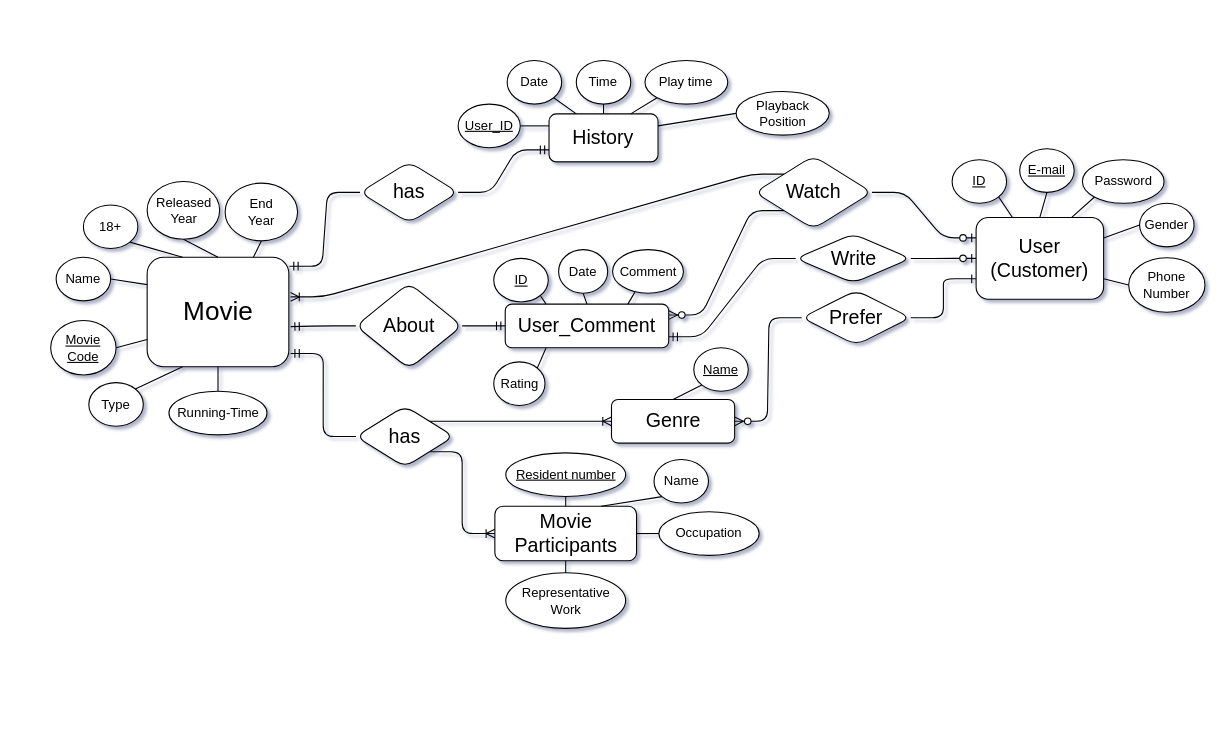
The draw.io diagram Assignment1_ER_Modeling/Movie.drawio in hjpark83/DBMS, before the edit. Source tidied: cells renumbered, new cells numbered last; positions are measured from the earlier drawing's top-left corner, leaving out a move shared by most shapes. Both pictures are drawn from the tidied source at 109%, with x=0, y=0 at pixel (50, 60).
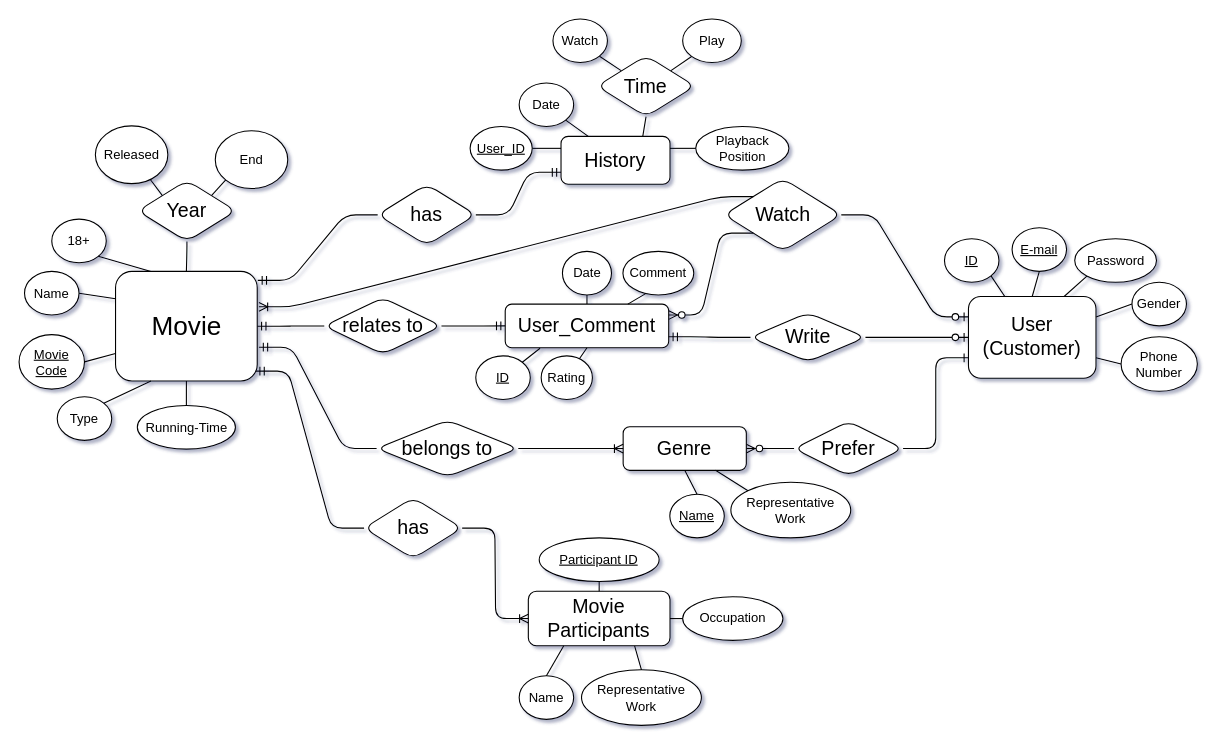
The same page after the edit.

Unchanged cells that the change refers to:
```xml
<mxCell id="21" value="&lt;font style=&quot;font-size: 18px;&quot;&gt;User_Comment&lt;/font&gt;" style="whiteSpace=wrap;html=1;align=center;rounded=1;" parent="1" vertex="1">
  <mxGeometry x="417" y="223.5" width="150" height="40" as="geometry" />
</mxCell>
```

The edit, as a diff of the source:
```diff
@@
     <mxCell id="2" value="Type" style="ellipse;whiteSpace=wrap;html=1;align=center;rounded=1;" parent="1" vertex="1">
-      <mxGeometry x="35" y="295.5" width="50" height="40" as="geometry" />
+      <mxGeometry x="6" y="308.5" width="50" height="40" as="geometry" />
     </mxCell>
     <mxCell id="3" value="&lt;span style=&quot;font-size: 18px;&quot;&gt;User&lt;br&gt;(Customer)&lt;/span&gt;" style="whiteSpace=wrap;html=1;align=center;rounded=1;" parent="1" vertex="1">
-      <mxGeometry x="849" y="144" width="117" height="75" as="geometry" />
+      <mxGeometry x="842" y="216.5" width="117" height="75" as="geometry" />
     </mxCell>
     <mxCell id="4" value="&lt;font style=&quot;font-size: 18px;&quot;&gt;Movie Participants&lt;/font&gt;" style="whiteSpace=wrap;html=1;align=center;rounded=1;" parent="1" vertex="1">
-      <mxGeometry x="407.5" y="409" width="130" height="50" as="geometry" />
+      <mxGeometry x="438.2" y="487" width="130" height="50" as="geometry" />
     </mxCell>
     <mxCell id="5" value="&lt;u&gt;ID&lt;/u&gt;" style="ellipse;whiteSpace=wrap;html=1;align=center;rounded=1;" parent="1" vertex="1">
-      <mxGeometry x="827" y="91" width="50" height="40" as="geometry" />
+      <mxGeometry x="820" y="163.5" width="50" height="40" as="geometry" />
     </mxCell>
@@
     <mxCell id="7" value="&lt;u&gt;E-mail&lt;/u&gt;" style="ellipse;whiteSpace=wrap;html=1;align=center;rounded=1;" parent="1" vertex="1">
-      <mxGeometry x="889" y="81" width="50" height="40" as="geometry" />
+      <mxGeometry x="882" y="153.5" width="50" height="40" as="geometry" />
     </mxCell>
@@
     <mxCell id="9" value="Password" style="ellipse;whiteSpace=wrap;html=1;align=center;rounded=1;" parent="1" vertex="1">
-      <mxGeometry x="946.5" y="91" width="75" height="40" as="geometry" />
+      <mxGeometry x="939.5" y="163.5" width="75" height="40" as="geometry" />
     </mxCell>
@@
     <mxCell id="11" value="Gender" style="ellipse;whiteSpace=wrap;html=1;align=center;rounded=1;" parent="1" vertex="1">
-      <mxGeometry x="999" y="131" width="50" height="40" as="geometry" />
+      <mxGeometry x="992" y="203.5" width="50" height="40" as="geometry" />
     </mxCell>
@@
     <mxCell id="13" value="Phone Number" style="ellipse;whiteSpace=wrap;html=1;align=center;rounded=1;" parent="1" vertex="1">
-      <mxGeometry x="989" y="181" width="70" height="50" as="geometry" />
+      <mxGeometry x="982" y="253.5" width="70" height="50" as="geometry" />
     </mxCell>
@@
     <mxCell id="15" value="Name" style="ellipse;whiteSpace=wrap;html=1;align=center;rounded=1;" parent="1" vertex="1">
-      <mxGeometry x="5" y="180.5" width="50" height="40" as="geometry" />
+      <mxGeometry x="-24" y="193.5" width="50" height="40" as="geometry" />
     </mxCell>
     <mxCell id="16" value="Running-Time" style="ellipse;whiteSpace=wrap;html=1;align=center;rounded=1;" parent="1" vertex="1">
-      <mxGeometry x="108.5" y="303.5" width="90" height="40" as="geometry" />
+      <mxGeometry x="79.5" y="316.5" width="90" height="40" as="geometry" />
     </mxCell>
-    <mxCell id="17" value="Released&lt;br&gt;Year" style="ellipse;whiteSpace=wrap;html=1;align=center;rounded=1;" parent="1" vertex="1">
-      <mxGeometry x="88.5" y="111" width="66.5" height="53" as="geometry" />
+    <mxCell id="17" value="Released" style="ellipse;whiteSpace=wrap;html=1;align=center;rounded=1;" parent="1" vertex="1">
+      <mxGeometry x="41" y="60" width="66.5" height="53" as="geometry" />
     </mxCell>
     <mxCell id="18" value="18+" style="ellipse;whiteSpace=wrap;html=1;align=center;rounded=1;" parent="1" vertex="1">
-      <mxGeometry x="30" y="132.5" width="50" height="40" as="geometry" />
+      <mxGeometry x="1" y="145.5" width="50" height="40" as="geometry" />
     </mxCell>
     <mxCell id="19" value="&lt;font style=&quot;font-size: 24px;&quot;&gt;Movie&lt;/font&gt;" style="whiteSpace=wrap;html=1;align=center;rounded=1;" parent="1" vertex="1">
-      <mxGeometry x="88.5" y="180.5" width="130" height="100.5" as="geometry" />
+      <mxGeometry x="59.5" y="193.5" width="130" height="100.5" as="geometry" />
     </mxCell>
     <mxCell id="20" value="&lt;font style=&quot;font-size: 18px;&quot;&gt;Prefer&lt;/font&gt;" style="shape=rhombus;perimeter=rhombusPerimeter;whiteSpace=wrap;html=1;align=center;rounded=1;" parent="1" vertex="1">
-      <mxGeometry x="689" y="211" width="100" height="50" as="geometry" />
+      <mxGeometry x="682" y="331" width="100" height="50" as="geometry" />
     </mxCell>
@@
     <mxCell id="22" value="Rating" style="ellipse;whiteSpace=wrap;html=1;align=center;rounded=1;" parent="1" vertex="1">
-      <mxGeometry x="406.5" y="276.5" width="47" height="40" as="geometry" />
+      <mxGeometry x="450" y="271" width="47" height="40" as="geometry" />
     </mxCell>
     <mxCell id="23" value="&lt;u&gt;ID&lt;/u&gt;" style="ellipse;whiteSpace=wrap;html=1;align=center;rounded=1;" parent="1" vertex="1">
-      <mxGeometry x="406.5" y="181.5" width="50" height="40" as="geometry" />
+      <mxGeometry x="390" y="271" width="50" height="40" as="geometry" />
     </mxCell>
     <mxCell id="24" value="&lt;u&gt;Movie&lt;br&gt;Code&lt;/u&gt;" style="ellipse;whiteSpace=wrap;html=1;align=center;rounded=1;" parent="1" vertex="1">
-      <mxGeometry y="238.5" width="60" height="50" as="geometry" />
+      <mxGeometry x="-29" y="251.5" width="60" height="50" as="geometry" />
     </mxCell>
@@
-    <mxCell id="29" style="endArrow=none;html=1;rounded=1;entryX=0.5;entryY=1;entryDx=0;entryDy=0;exitX=0.5;exitY=0;exitDx=0;exitDy=0;" parent="1" edge="1" source="19" target="17">
+    <mxCell id="29" style="endArrow=none;html=1;rounded=1;exitX=0;exitY=0;exitDx=0;exitDy=0;" parent="1" edge="1" source="82" target="17">
       <mxGeometry relative="1" as="geometry" />
     </mxCell>
@@
     <mxCell id="31" value="Date" style="ellipse;whiteSpace=wrap;html=1;align=center;rounded=1;" parent="1" vertex="1">
-      <mxGeometry x="466" y="173.5" width="45" height="40" as="geometry" />
+      <mxGeometry x="469.5" y="175.1" width="45" height="40" as="geometry" />
     </mxCell>
     <mxCell id="32" value="Comment" style="ellipse;whiteSpace=wrap;html=1;align=center;rounded=1;" parent="1" vertex="1">
-      <mxGeometry x="515.5" y="173.5" width="65" height="40" as="geometry" />
+      <mxGeometry x="525" y="175.1" width="65" height="40" as="geometry" />
     </mxCell>
-    <mxCell id="33" style="endArrow=none;html=1;rounded=1;entryX=1;entryY=1;entryDx=0;entryDy=0;exitX=0.25;exitY=0;exitDx=0;exitDy=0;" parent="1" edge="1" source="21" target="23">
+    <mxCell id="33" style="endArrow=none;html=1;rounded=1;entryX=1;entryY=0;entryDx=0;entryDy=0;exitX=0.213;exitY=1.013;exitDx=0;exitDy=0;exitPerimeter=0;" parent="1" edge="1" source="21" target="23">
       <mxGeometry relative="1" as="geometry" />
     </mxCell>
-    <mxCell id="34" style="endArrow=none;html=1;rounded=1;exitX=0.25;exitY=1;exitDx=0;exitDy=0;entryX=1;entryY=0;entryDx=0;entryDy=0;" parent="1" edge="1" source="21" target="22">
+    <mxCell id="34" style="endArrow=none;html=1;rounded=1;exitX=0.5;exitY=1;exitDx=0;exitDy=0;" parent="1" edge="1" source="21" target="22">
       <mxGeometry relative="1" as="geometry" />
     </mxCell>
@@
     <mxCell id="37" value="&lt;font style=&quot;font-size: 18px;&quot;&gt;Write&lt;/font&gt;" style="shape=rhombus;perimeter=rhombusPerimeter;whiteSpace=wrap;html=1;align=center;rounded=1;" parent="1" vertex="1">
-      <mxGeometry x="683.5" y="159.1" width="105.5" height="45" as="geometry" />
+      <mxGeometry x="642" y="231.5" width="105.5" height="45" as="geometry" />
     </mxCell>
-    <mxCell id="38" value="&lt;span style=&quot;font-size: 18px;&quot;&gt;About&lt;/span&gt;" style="shape=rhombus;perimeter=rhombusPerimeter;whiteSpace=wrap;html=1;align=center;rounded=1;" parent="1" vertex="1">
-      <mxGeometry x="280" y="204.1" width="97.5" height="78.8" as="geometry" />
+    <mxCell id="38" value="&lt;span style=&quot;font-size: 18px;&quot;&gt;relates to&lt;/span&gt;" style="shape=rhombus;perimeter=rhombusPerimeter;whiteSpace=wrap;html=1;align=center;rounded=1;" parent="1" vertex="1">
+      <mxGeometry x="251" y="217.6" width="107.5" height="51.9" as="geometry" />
     </mxCell>
@@
-    <mxCell id="40" style="edgeStyle=entityRelationEdgeStyle;fontSize=12;html=1;endArrow=ERoneToMany;rounded=1;entryX=0;entryY=0.5;entryDx=0;entryDy=0;exitX=1;exitY=1;exitDx=0;exitDy=0;" parent="1" edge="1" source="60" target="4">
+    <mxCell id="40" style="edgeStyle=entityRelationEdgeStyle;fontSize=12;html=1;endArrow=ERoneToMany;rounded=1;entryX=0;entryY=0.5;entryDx=0;entryDy=0;exitX=1;exitY=0.5;exitDx=0;exitDy=0;" parent="1" edge="1" source="60" target="4">
       <mxGeometry relative="1" as="geometry">
         <Array as="points">
           <mxPoint x="340" y="471" />
         </Array>
       </mxGeometry>
     </mxCell>
@@
-    <mxCell id="44" style="edgeStyle=entityRelationEdgeStyle;fontSize=12;html=1;endArrow=ERmandOne;rounded=1;entryX=1.012;entryY=0.633;entryDx=0;entryDy=0;exitX=0;exitY=0.5;exitDx=0;exitDy=0;entryPerimeter=0;" parent="1" edge="1" source="38" target="19">
+    <mxCell id="44" style="edgeStyle=entityRelationEdgeStyle;fontSize=12;html=1;endArrow=ERmandOne;rounded=1;entryX=1;entryY=0.5;entryDx=0;entryDy=0;exitX=0;exitY=0.5;exitDx=0;exitDy=0;" parent="1" edge="1" source="38" target="19">
       <mxGeometry relative="1" as="geometry">
         <Array as="points">
           <mxPoint x="321.5" y="273.5" />
         </Array>
       </mxGeometry>
     </mxCell>
@@
     <mxCell id="46" value="Name" style="ellipse;whiteSpace=wrap;html=1;align=center;rounded=1;" parent="1" vertex="1">
-      <mxGeometry x="553.5" y="366" width="50" height="40" as="geometry" />
+      <mxGeometry x="429.8" y="564.5" width="50" height="40" as="geometry" />
     </mxCell>
     <mxCell id="47" value="Occupation" style="ellipse;whiteSpace=wrap;html=1;align=center;rounded=1;" parent="1" vertex="1">
-      <mxGeometry x="558" y="414" width="92" height="40" as="geometry" />
+      <mxGeometry x="579.8" y="492" width="92" height="40" as="geometry" />
     </mxCell>
     <mxCell id="48" value="Representative&lt;br&gt;Work" style="ellipse;whiteSpace=wrap;html=1;align=center;rounded=1;" parent="1" vertex="1">
-      <mxGeometry x="417.5" y="470" width="110" height="51" as="geometry" />
+      <mxGeometry x="487" y="559" width="110" height="51" as="geometry" />
     </mxCell>
-    <mxCell id="49" value="&lt;u&gt;Resident number&lt;/u&gt;" style="ellipse;whiteSpace=wrap;html=1;align=center;rounded=1;" parent="1" vertex="1">
-      <mxGeometry x="417.5" y="360" width="110" height="40" as="geometry" />
+    <mxCell id="49" value="&lt;u&gt;Participant ID&lt;/u&gt;" style="ellipse;whiteSpace=wrap;html=1;align=center;rounded=1;" parent="1" vertex="1">
+      <mxGeometry x="448.2" y="438" width="110" height="40" as="geometry" />
     </mxCell>
-    <mxCell id="50" style="endArrow=none;html=1;rounded=1;entryX=0.5;entryY=0;entryDx=0;entryDy=0;exitX=0.5;exitY=1;exitDx=0;exitDy=0;" parent="1" edge="1" source="4" target="48">
+    <mxCell id="50" style="endArrow=none;html=1;rounded=1;entryX=0.5;entryY=0;entryDx=0;entryDy=0;exitX=0.75;exitY=1;exitDx=0;exitDy=0;" parent="1" edge="1" source="4" target="48">
       <mxGeometry relative="1" as="geometry" />
     </mxCell>
@@
-    <mxCell id="53" style="endArrow=none;html=1;rounded=1;exitX=0.75;exitY=0;exitDx=0;exitDy=0;entryX=0;entryY=1;entryDx=0;entryDy=0;" parent="1" edge="1" source="4" target="46">
+    <mxCell id="53" style="endArrow=none;html=1;rounded=1;exitX=0.25;exitY=1;exitDx=0;exitDy=0;entryX=0.5;entryY=0;entryDx=0;entryDy=0;" parent="1" edge="1" source="4" target="46">
       <mxGeometry relative="1" as="geometry" />
     </mxCell>
-    <mxCell id="54" value="End&lt;br&gt;Year" style="ellipse;whiteSpace=wrap;html=1;align=center;rounded=1;" parent="1" vertex="1">
-      <mxGeometry x="160" y="112.5" width="66.5" height="53" as="geometry" />
+    <mxCell id="54" value="End" style="ellipse;whiteSpace=wrap;html=1;align=center;rounded=1;" parent="1" vertex="1">
+      <mxGeometry x="151" y="64.5" width="66.5" height="53" as="geometry" />
     </mxCell>
-    <mxCell id="55" style="endArrow=none;html=1;rounded=1;entryX=0.5;entryY=1;entryDx=0;entryDy=0;exitX=0.75;exitY=0;exitDx=0;exitDy=0;" parent="1" edge="1" source="19" target="54">
+    <mxCell id="55" style="endArrow=none;html=1;rounded=1;entryX=0;entryY=1;entryDx=0;entryDy=0;exitX=1;exitY=0;exitDx=0;exitDy=0;" parent="1" edge="1" source="82" target="54">
       <mxGeometry relative="1" as="geometry" />
     </mxCell>
     <mxCell id="56" value="&lt;font style=&quot;font-size: 18px;&quot;&gt;Genre&lt;/font&gt;" style="whiteSpace=wrap;html=1;align=center;rounded=1;" parent="1" vertex="1">
-      <mxGeometry x="514.5" y="311" width="113" height="40" as="geometry" />
+      <mxGeometry x="525.2" y="336" width="113" height="40" as="geometry" />
     </mxCell>
     <mxCell id="57" value="&lt;font style=&quot;font-size: 18px;&quot;&gt;History&lt;/font&gt;" style="whiteSpace=wrap;html=1;align=center;rounded=1;" parent="1" vertex="1">
-      <mxGeometry x="457.2" y="49" width="100" height="44" as="geometry" />
+      <mxGeometry x="468.2" y="69.6" width="100" height="44" as="geometry" />
     </mxCell>
     <mxCell id="58" value="&lt;font style=&quot;font-size: 18px;&quot;&gt;Watch&lt;/font&gt;" style="shape=rhombus;perimeter=rhombusPerimeter;whiteSpace=wrap;html=1;align=center;rounded=1;" parent="1" vertex="1">
-      <mxGeometry x="646" y="87.5" width="107.5" height="67" as="geometry" />
+      <mxGeometry x="617.8" y="108.1" width="107.5" height="67" as="geometry" />
     </mxCell>
     <mxCell id="59" value="&lt;u&gt;Name&lt;/u&gt;" style="ellipse;whiteSpace=wrap;html=1;align=center;rounded=1;" parent="1" vertex="1">
-      <mxGeometry x="590" y="263.5" width="50" height="40" as="geometry" />
+      <mxGeometry x="568" y="398" width="50" height="40" as="geometry" />
     </mxCell>
     <mxCell id="60" value="&lt;font style=&quot;font-size: 18px;&quot;&gt;has&lt;/font&gt;" style="shape=rhombus;perimeter=rhombusPerimeter;whiteSpace=wrap;html=1;align=center;rounded=1;" parent="1" vertex="1">
-      <mxGeometry x="280" y="317" width="90" height="56" as="geometry" />
+      <mxGeometry x="287.5" y="401" width="90" height="56" as="geometry" />
     </mxCell>
-    <mxCell id="61" style="edgeStyle=entityRelationEdgeStyle;fontSize=12;html=1;endArrow=ERmandOne;rounded=1;exitX=0;exitY=0.5;exitDx=0;exitDy=0;entryX=1.012;entryY=0.878;entryDx=0;entryDy=0;entryPerimeter=0;" parent="1" edge="1" source="60" target="19">
+    <mxCell id="61" style="edgeStyle=entityRelationEdgeStyle;fontSize=12;html=1;endArrow=ERmandOne;rounded=1;exitX=0;exitY=0.5;exitDx=0;exitDy=0;entryX=0.988;entryY=0.91;entryDx=0;entryDy=0;entryPerimeter=0;" parent="1" edge="1" source="60" target="19">
       <mxGeometry relative="1" as="geometry">
         <Array as="points">
           <mxPoint x="260" y="471" />
         </Array>
       </mxGeometry>
     </mxCell>
-    <mxCell id="62" style="endArrow=none;html=1;rounded=1;entryX=0.5;entryY=0;entryDx=0;entryDy=0;exitX=0;exitY=1;exitDx=0;exitDy=0;" parent="1" edge="1" source="59" target="56">
+    <mxCell id="62" style="endArrow=none;html=1;rounded=1;entryX=0.5;entryY=1;entryDx=0;entryDy=0;exitX=0.5;exitY=0;exitDx=0;exitDy=0;" parent="1" edge="1" source="59" target="56">
       <mxGeometry relative="1" as="geometry" />
     </mxCell>
     <mxCell id="63" value="Date" style="ellipse;whiteSpace=wrap;html=1;align=center;rounded=1;" parent="1" vertex="1">
-      <mxGeometry x="418.8" width="50" height="40" as="geometry" />
+      <mxGeometry x="429.8" y="20.6" width="50" height="40" as="geometry" />
     </mxCell>
@@
-    <mxCell id="65" value="Time" style="ellipse;whiteSpace=wrap;html=1;align=center;rounded=1;" parent="1" vertex="1">
-      <mxGeometry x="482.2" width="50" height="40" as="geometry" />
+    <mxCell id="65" value="Watch" style="ellipse;whiteSpace=wrap;html=1;align=center;rounded=1;" parent="1" vertex="1">
+      <mxGeometry x="460.8" y="-38.1" width="50" height="40" as="geometry" />
     </mxCell>
-    <mxCell id="66" value="Play time" style="ellipse;whiteSpace=wrap;html=1;align=center;rounded=1;" parent="1" vertex="1">
-      <mxGeometry x="545.2" width="76" height="40" as="geometry" />
+    <mxCell id="66" value="Play" style="ellipse;whiteSpace=wrap;html=1;align=center;rounded=1;" parent="1" vertex="1">
+      <mxGeometry x="579.8" y="-38.1" width="53.8" height="40" as="geometry" />
     </mxCell>
-    <mxCell id="67" style="endArrow=none;html=1;rounded=1;entryX=0.5;entryY=0;entryDx=0;entryDy=0;exitX=0.5;exitY=1;exitDx=0;exitDy=0;" parent="1" edge="1" source="65" target="57">
+    <mxCell id="67" style="endArrow=none;html=1;rounded=1;entryX=0;entryY=0;entryDx=0;entryDy=0;exitX=1;exitY=1;exitDx=0;exitDy=0;" parent="1" edge="1" source="65" target="84">
       <mxGeometry relative="1" as="geometry" />
     </mxCell>
-    <mxCell id="68" style="endArrow=none;html=1;rounded=1;entryX=0.75;entryY=0;entryDx=0;entryDy=0;exitX=0;exitY=1;exitDx=0;exitDy=0;" parent="1" edge="1" source="66" target="57">
+    <mxCell id="68" style="endArrow=none;html=1;rounded=1;entryX=1;entryY=0;entryDx=0;entryDy=0;exitX=0;exitY=1;exitDx=0;exitDy=0;" parent="1" edge="1" source="66" target="84">
       <mxGeometry relative="1" as="geometry" />
     </mxCell>
@@
     <mxCell id="70" value="&lt;u&gt;User_ID&lt;/u&gt;" style="ellipse;whiteSpace=wrap;html=1;align=center;rounded=1;" parent="1" vertex="1">
-      <mxGeometry x="373.8" y="40" width="57" height="40" as="geometry" />
+      <mxGeometry x="384.8" y="60.6" width="57" height="40" as="geometry" />
     </mxCell>
     <mxCell id="71" value="Playback&lt;br&gt;Position" style="ellipse;whiteSpace=wrap;html=1;align=center;rounded=1;" parent="1" vertex="1">
-      <mxGeometry x="628.8" y="28.5" width="85.5" height="40" as="geometry" />
+      <mxGeometry x="591.8" y="60.6" width="85.5" height="40" as="geometry" />
     </mxCell>
@@
     <mxCell id="74" value="&lt;font style=&quot;font-size: 18px;&quot;&gt;has&lt;/font&gt;" style="shape=rhombus;perimeter=rhombusPerimeter;whiteSpace=wrap;html=1;align=center;rounded=1;" parent="1" vertex="1">
-      <mxGeometry x="283.8" y="93" width="90" height="56" as="geometry" />
+      <mxGeometry x="300" y="113.6" width="90" height="56" as="geometry" />
     </mxCell>
@@
-    <mxCell id="76" style="edgeStyle=entityRelationEdgeStyle;fontSize=12;html=1;endArrow=ERoneToMany;rounded=1;entryX=0;entryY=0.5;entryDx=0;entryDy=0;exitX=1;exitY=0;exitDx=0;exitDy=0;" parent="1" edge="1" source="60" target="56">
+    <mxCell id="76" style="edgeStyle=entityRelationEdgeStyle;fontSize=12;html=1;endArrow=ERoneToMany;rounded=1;entryX=0;entryY=0.5;entryDx=0;entryDy=0;exitX=1;exitY=0.5;exitDx=0;exitDy=0;" parent="1" edge="1" source="86" target="56">
       <mxGeometry relative="1" as="geometry">
         <Array as="points">
-          <mxPoint x="350" y="481" />
+          <mxPoint x="354.8" y="506" />
         </Array>
       </mxGeometry>
     </mxCell>
@@
-    <mxCell id="79" style="edgeStyle=entityRelationEdgeStyle;fontSize=12;html=1;endArrow=ERoneToMany;rounded=1;entryX=1.012;entryY=0.362;entryDx=0;entryDy=0;exitX=0;exitY=0;exitDx=0;exitDy=0;entryPerimeter=0;" parent="1" edge="1" source="58" target="19">
+    <mxCell id="79" style="edgeStyle=entityRelationEdgeStyle;fontSize=12;html=1;endArrow=ERoneToMany;rounded=1;entryX=1.012;entryY=0.323;entryDx=0;entryDy=0;exitX=0;exitY=0;exitDx=0;exitDy=0;entryPerimeter=0;" parent="1" edge="1" source="58" target="19">
       <mxGeometry relative="1" as="geometry">
         <Array as="points">
           <mxPoint x="350" y="481" />
         </Array>
       </mxGeometry>
     </mxCell>
+    <mxCell id="80" value="Representative&lt;br&gt;Work" style="ellipse;whiteSpace=wrap;html=1;align=center;rounded=1;" parent="1" vertex="1">
+      <mxGeometry x="624" y="387" width="110" height="51" as="geometry" />
+    </mxCell>
+    <mxCell id="81" style="endArrow=none;html=1;rounded=1;entryX=0.75;entryY=1;entryDx=0;entryDy=0;exitX=0;exitY=0;exitDx=0;exitDy=0;" parent="1" edge="1" source="80" target="56">
+      <mxGeometry relative="1" as="geometry" />
+    </mxCell>
+    <mxCell id="82" value="&lt;span style=&quot;font-size: 18px;&quot;&gt;Year&lt;/span&gt;" style="shape=rhombus;perimeter=rhombusPerimeter;whiteSpace=wrap;html=1;align=center;rounded=1;" parent="1" vertex="1">
+      <mxGeometry x="80" y="110" width="90" height="56" as="geometry" />
+    </mxCell>
+    <mxCell id="83" style="endArrow=none;html=1;rounded=1;entryX=0.5;entryY=1;entryDx=0;entryDy=0;exitX=0.5;exitY=0;exitDx=0;exitDy=0;" parent="1" edge="1" source="19" target="82">
+      <mxGeometry relative="1" as="geometry">
+        <Array as="points">
+          <mxPoint x="125" y="174" />
+        </Array>
+      </mxGeometry>
+    </mxCell>
+    <mxCell id="84" value="&lt;span style=&quot;font-size: 18px;&quot;&gt;Time&lt;/span&gt;" style="shape=rhombus;perimeter=rhombusPerimeter;whiteSpace=wrap;html=1;align=center;rounded=1;" parent="1" vertex="1">
+      <mxGeometry x="501.2" y="-4.5" width="90" height="56" as="geometry" />
+    </mxCell>
+    <mxCell id="85" style="endArrow=none;html=1;rounded=1;entryX=0.75;entryY=0;entryDx=0;entryDy=0;exitX=0.5;exitY=1;exitDx=0;exitDy=0;" parent="1" edge="1" source="84" target="57">
+      <mxGeometry relative="1" as="geometry" />
+    </mxCell>
+    <mxCell id="86" value="&lt;span style=&quot;font-size: 18px;&quot;&gt;belongs to&lt;/span&gt;" style="shape=rhombus;perimeter=rhombusPerimeter;whiteSpace=wrap;html=1;align=center;rounded=1;" parent="1" vertex="1">
+      <mxGeometry x="299" y="330" width="130" height="51.9" as="geometry" />
+    </mxCell>
+    <mxCell id="87" style="edgeStyle=entityRelationEdgeStyle;fontSize=12;html=1;endArrow=ERmandOne;rounded=1;exitX=0;exitY=0.5;exitDx=0;exitDy=0;entryX=1.012;entryY=0.692;entryDx=0;entryDy=0;entryPerimeter=0;" parent="1" edge="1" source="86" target="19">
+      <mxGeometry relative="1" as="geometry">
+        <Array as="points">
+          <mxPoint x="270" y="481" />
+        </Array>
+      </mxGeometry>
+    </mxCell>
```
